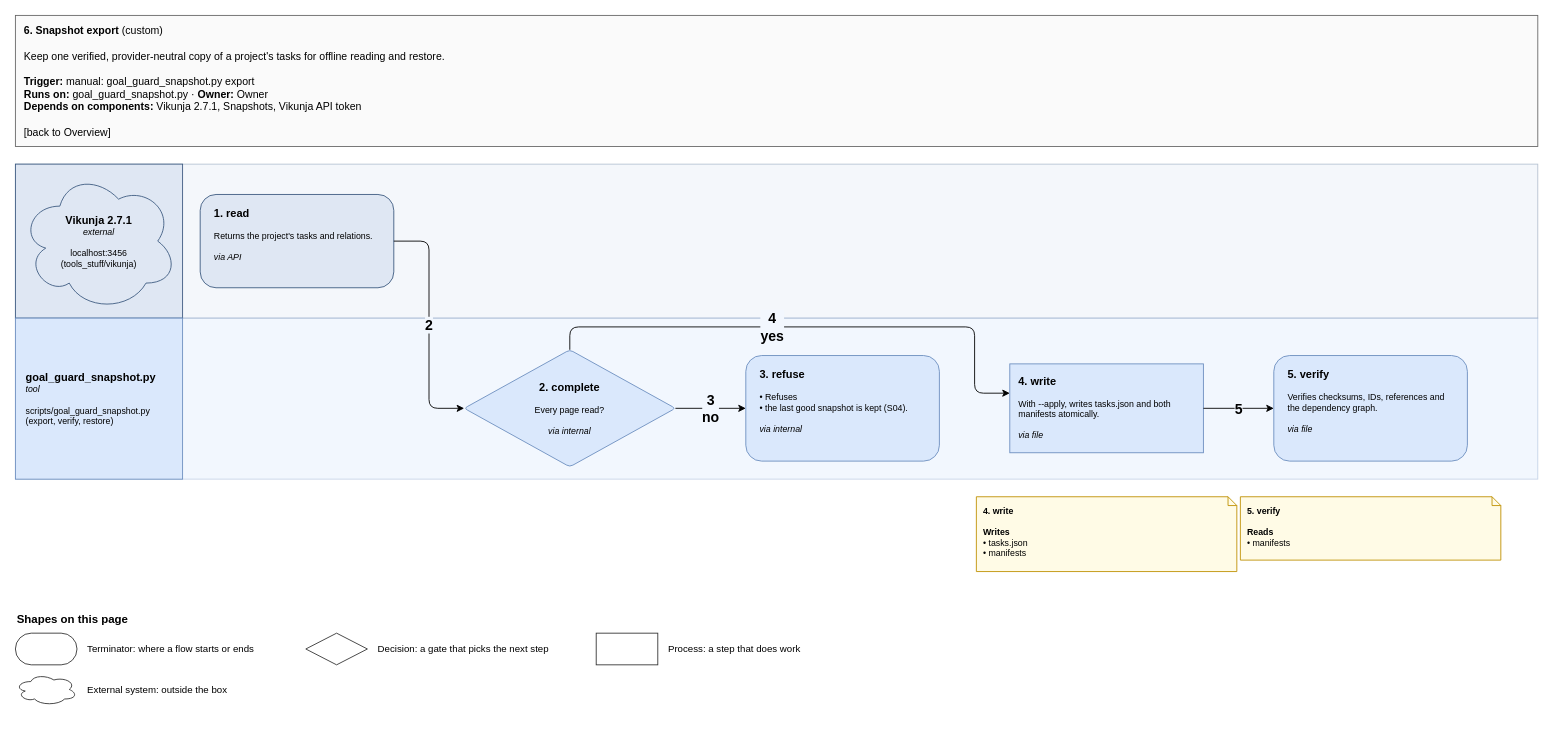
amalikn/skills_stuff keeps this draw.io diagram as page "6. Snapshot export" (8 of 9) of specialists/project/skill-goal-guard/docs/goal-guard-flows/goal_guard_flows.drawio. Above is the earlier version. Source tidied: cells renumbered, new cells numbered last; positions are measured from the earlier drawing's top-left corner, leaving out a move shared by most shapes. Both pictures are drawn from the tidied source at 88%, with x=0, y=0 at pixel (15, 15).
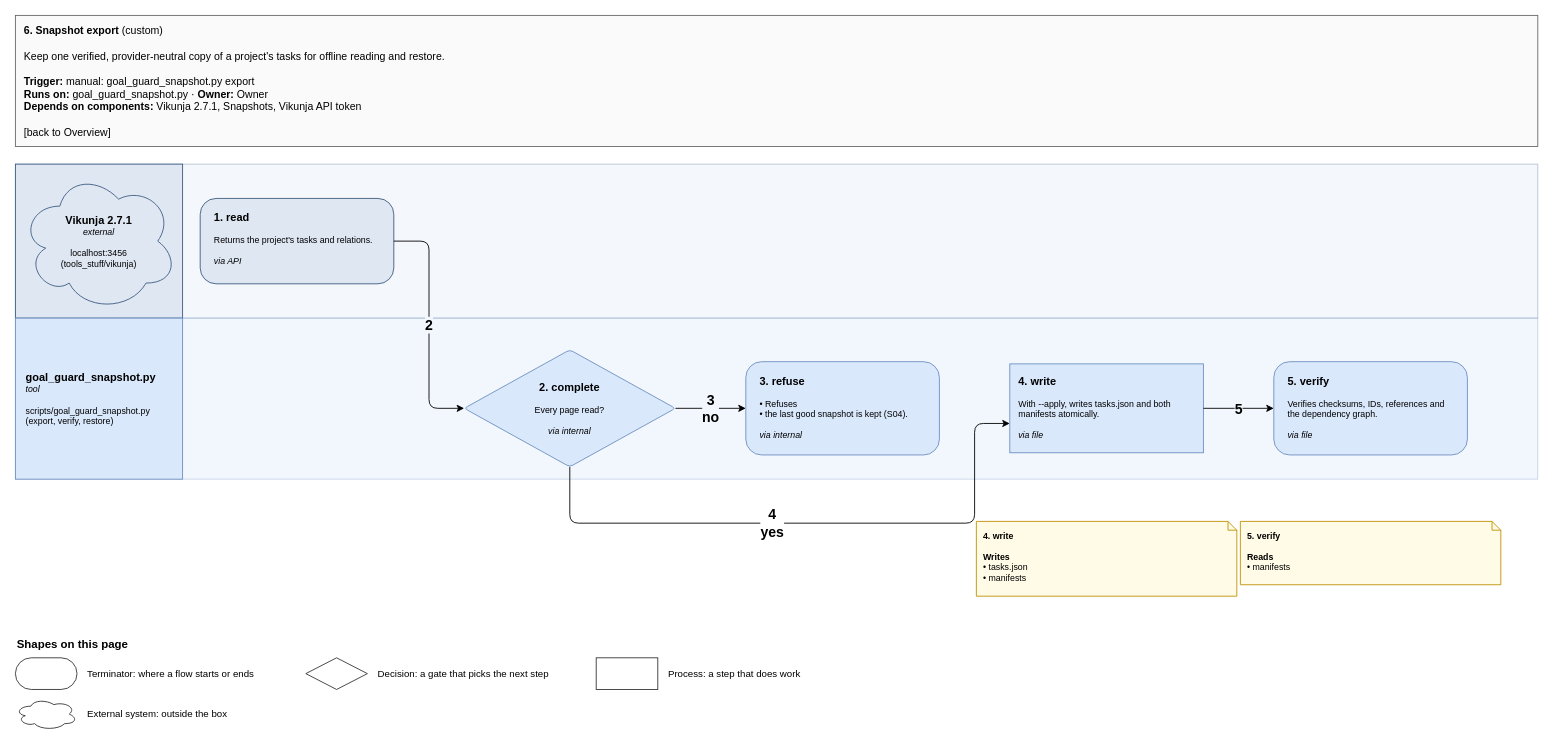
After the change.

Unchanged cells that the change refers to:
```xml
<mxCell id="9" value="&lt;span style=&quot;font-size:125%&quot;&gt;&lt;b&gt;2. complete&lt;/b&gt;&lt;/span&gt;&lt;br&gt; &lt;br&gt;Every page read?&lt;br&gt; &lt;br&gt;&lt;i&gt;via internal&lt;/i&gt;" style="rounded=1;whiteSpace=wrap;html=1;fillColor=#dae8fc;strokeColor=#6c8ebf;fontSize=11;arcSize=8;fontSize=10;align=left;verticalAlign=top;spacingLeft=8;spacingRight=6;spacingTop=6;rhombus;align=center;verticalAlign=middle;spacingLeft=72;spacingRight=72;spacingTop=0;" parent="1" vertex="1">
  <mxGeometry x="510" y="380" width="240" height="133" as="geometry" />
</mxCell>
<mxCell id="11" value="&lt;span style=&quot;font-size:125%&quot;&gt;&lt;b&gt;4. write&lt;/b&gt;&lt;/span&gt;&lt;br&gt; &lt;br&gt;With --apply, writes tasks.json and both manifests atomically.&lt;br&gt; &lt;br&gt;&lt;i&gt;via file&lt;/i&gt;" style="rounded=1;whiteSpace=wrap;html=1;fillColor=#dae8fc;strokeColor=#6c8ebf;fontSize=11;arcSize=8;fontSize=10;align=left;verticalAlign=top;spacingLeft=8;spacingRight=6;spacingTop=6;rounded=0;" parent="1" vertex="1">
  <mxGeometry x="1130" y="396" width="220" height="101" as="geometry" />
</mxCell>
```

Change to the diagram source:
```diff
@@
     <mxCell id="8" value="&lt;span style=&quot;font-size:125%&quot;&gt;&lt;b&gt;1. read&lt;/b&gt;&lt;/span&gt;&lt;br&gt; &lt;br&gt;Returns the project&amp;#x27;s tasks and relations.&lt;br&gt; &lt;br&gt;&lt;i&gt;via API&lt;/i&gt;" style="rounded=1;whiteSpace=wrap;html=1;fillColor=#dfe7f3;strokeColor=#3d5a80;fontSize=11;arcSize=8;fontSize=10;align=left;verticalAlign=top;spacingLeft=8;spacingRight=6;spacingTop=6;rounded=1;absoluteArcSize=1;arcSize=36;spacingLeft=14;spacingRight=12;spacingTop=8;" parent="1" vertex="1">
-      <mxGeometry x="210" y="203.5" width="220" height="106" as="geometry" />
+      <mxGeometry x="210" y="208" width="220" height="97" as="geometry" />
     </mxCell>
@@
     <mxCell id="10" value="&lt;span style=&quot;font-size:125%&quot;&gt;&lt;b&gt;3. refuse&lt;/b&gt;&lt;/span&gt;&lt;br&gt; &lt;br&gt;• Refuses&lt;br&gt;• the last good snapshot is kept (S04).&lt;br&gt; &lt;br&gt;&lt;i&gt;via internal&lt;/i&gt;" style="rounded=1;whiteSpace=wrap;html=1;fillColor=#dae8fc;strokeColor=#6c8ebf;fontSize=11;arcSize=8;fontSize=10;align=left;verticalAlign=top;spacingLeft=8;spacingRight=6;spacingTop=6;rounded=1;absoluteArcSize=1;arcSize=36;spacingLeft=14;spacingRight=12;spacingTop=8;" parent="1" vertex="1">
-      <mxGeometry x="830" y="386.5" width="220" height="120" as="geometry" />
+      <mxGeometry x="830" y="393.5" width="220" height="106" as="geometry" />
     </mxCell>
@@
     <mxCell id="12" value="&lt;b&gt;4. write&lt;/b&gt;&lt;br&gt; &lt;br&gt;&lt;b&gt;Writes&lt;/b&gt;&lt;br&gt;• tasks.json&lt;br&gt;• manifests" style="shape=note;whiteSpace=wrap;html=1;size=10;fillColor=#fffbe6;strokeColor=#bf9000;align=left;verticalAlign=top;spacingLeft=6;spacingTop=4;fontSize=10;" parent="1" vertex="1">
-      <mxGeometry x="1092" y="547" width="296" height="85" as="geometry" />
+      <mxGeometry x="1092" y="575" width="296" height="85" as="geometry" />
     </mxCell>
     <mxCell id="13" value="&lt;span style=&quot;font-size:125%&quot;&gt;&lt;b&gt;5. verify&lt;/b&gt;&lt;/span&gt;&lt;br&gt; &lt;br&gt;Verifies checksums, IDs, references and the dependency graph.&lt;br&gt; &lt;br&gt;&lt;i&gt;via file&lt;/i&gt;" style="rounded=1;whiteSpace=wrap;html=1;fillColor=#dae8fc;strokeColor=#6c8ebf;fontSize=11;arcSize=8;fontSize=10;align=left;verticalAlign=top;spacingLeft=8;spacingRight=6;spacingTop=6;rounded=1;absoluteArcSize=1;arcSize=36;spacingLeft=14;spacingRight=12;spacingTop=8;" parent="1" vertex="1">
-      <mxGeometry x="1430" y="386.5" width="220" height="120" as="geometry" />
+      <mxGeometry x="1430" y="393.5" width="220" height="106" as="geometry" />
     </mxCell>
     <mxCell id="14" value="&lt;b&gt;5. verify&lt;/b&gt;&lt;br&gt; &lt;br&gt;&lt;b&gt;Reads&lt;/b&gt;&lt;br&gt;• manifests" style="shape=note;whiteSpace=wrap;html=1;size=10;fillColor=#fffbe6;strokeColor=#bf9000;align=left;verticalAlign=top;spacingLeft=6;spacingTop=4;fontSize=10;" parent="1" vertex="1">
-      <mxGeometry x="1392" y="547" width="296" height="72" as="geometry" />
+      <mxGeometry x="1392" y="575" width="296" height="72" as="geometry" />
     </mxCell>
     <mxCell id="15" value="&lt;b&gt;Shapes on this page&lt;/b&gt;" style="text;html=1;align=left;fontSize=13;" parent="1" vertex="1">
-      <mxGeometry y="672" width="300" height="24" as="geometry" />
+      <mxGeometry y="700" width="300" height="24" as="geometry" />
     </mxCell>
     <mxCell id="16" style="whiteSpace=wrap;html=1;fillColor=#ffffff;strokeColor=#333333;rounded=1;absoluteArcSize=1;arcSize=36;spacingLeft=14;spacingRight=12;spacingTop=8;" parent="1" vertex="1">
-      <mxGeometry y="702" width="70" height="36" as="geometry" />
+      <mxGeometry y="730" width="70" height="36" as="geometry" />
     </mxCell>
     <mxCell id="17" value="Terminator: where a flow starts or ends" style="text;html=1;align=left;verticalAlign=middle;whiteSpace=wrap;fontSize=11;" parent="1" vertex="1">
-      <mxGeometry x="80" y="702" width="240" height="36" as="geometry" />
+      <mxGeometry x="80" y="730" width="240" height="36" as="geometry" />
     </mxCell>
     <mxCell id="18" style="whiteSpace=wrap;html=1;fillColor=#ffffff;strokeColor=#333333;rhombus;align=center;verticalAlign=middle;spacingLeft=72;spacingRight=72;spacingTop=0;" parent="1" vertex="1">
-      <mxGeometry x="330" y="702" width="70" height="36" as="geometry" />
+      <mxGeometry x="330" y="730" width="70" height="36" as="geometry" />
     </mxCell>
     <mxCell id="19" value="Decision: a gate that picks the next step" style="text;html=1;align=left;verticalAlign=middle;whiteSpace=wrap;fontSize=11;" parent="1" vertex="1">
-      <mxGeometry x="410" y="702" width="240" height="36" as="geometry" />
+      <mxGeometry x="410" y="730" width="240" height="36" as="geometry" />
     </mxCell>
     <mxCell id="20" style="whiteSpace=wrap;html=1;fillColor=#ffffff;strokeColor=#333333;rounded=0;" parent="1" vertex="1">
-      <mxGeometry x="660" y="702" width="70" height="36" as="geometry" />
+      <mxGeometry x="660" y="730" width="70" height="36" as="geometry" />
     </mxCell>
     <mxCell id="21" value="Process: a step that does work" style="text;html=1;align=left;verticalAlign=middle;whiteSpace=wrap;fontSize=11;" parent="1" vertex="1">
-      <mxGeometry x="740" y="702" width="240" height="36" as="geometry" />
+      <mxGeometry x="740" y="730" width="240" height="36" as="geometry" />
     </mxCell>
     <mxCell id="22" style="whiteSpace=wrap;html=1;fillColor=#ffffff;strokeColor=#333333;ellipse;shape=cloud;spacingLeft=16;spacingRight=16;spacingTop=10;" parent="1" vertex="1">
-      <mxGeometry y="748" width="70" height="36" as="geometry" />
+      <mxGeometry y="776" width="70" height="36" as="geometry" />
     </mxCell>
     <mxCell id="23" value="External system: outside the box" style="text;html=1;align=left;verticalAlign=middle;whiteSpace=wrap;fontSize=11;" parent="1" vertex="1">
-      <mxGeometry x="80" y="748" width="240" height="36" as="geometry" />
+      <mxGeometry x="80" y="776" width="240" height="36" as="geometry" />
     </mxCell>
@@
-    <mxCell id="30" style="edgeStyle=none;rounded=1;html=1;endArrow=classic;endFill=1;jumpStyle=arc;jumpSize=6;strokeColor=#000000;exitX=0.5;exitY=0;entryX=0;entryY=0.3297;exitPerimeter=0;entryPerimeter=0;" parent="1" edge="1" source="9" target="11">
+    <mxCell id="30" style="edgeStyle=none;rounded=1;html=1;endArrow=classic;endFill=1;jumpStyle=arc;jumpSize=6;strokeColor=#000000;exitX=0.5;exitY=1;entryX=0;entryY=0.6703;exitPerimeter=0;entryPerimeter=0;" parent="1" edge="1" source="9" target="11">
       <mxGeometry relative="1" as="geometry">
         <Array as="points">
-          <mxPoint x="630" y="354" />
-          <mxPoint x="1090" y="354" />
-          <mxPoint x="1090" y="429.3" />
+          <mxPoint x="630" y="577" />
+          <mxPoint x="1090" y="577" />
+          <mxPoint x="1090" y="463.7" />
         </Array>
       </mxGeometry>
     </mxCell>
-    <mxCell id="31" value="&lt;b&gt;4&lt;/b&gt;&lt;br&gt;&lt;b&gt;yes&lt;/b&gt;" style="text;html=1;align=center;verticalAlign=middle;fontSize=16;fontStyle=1;labelBackgroundColor=#f2f7fe;fontColor=#000000;" parent="1" vertex="1">
-      <mxGeometry x="837.5" y="335.5" width="45" height="37" as="geometry" />
+    <mxCell id="31" value="&lt;b&gt;4&lt;/b&gt;&lt;br&gt;&lt;b&gt;yes&lt;/b&gt;" style="text;html=1;align=center;verticalAlign=middle;fontSize=16;fontStyle=1;labelBackgroundColor=#ffffff;fontColor=#000000;" parent="1" vertex="1">
+      <mxGeometry x="837.5" y="558.5" width="45" height="37" as="geometry" />
     </mxCell>
```
